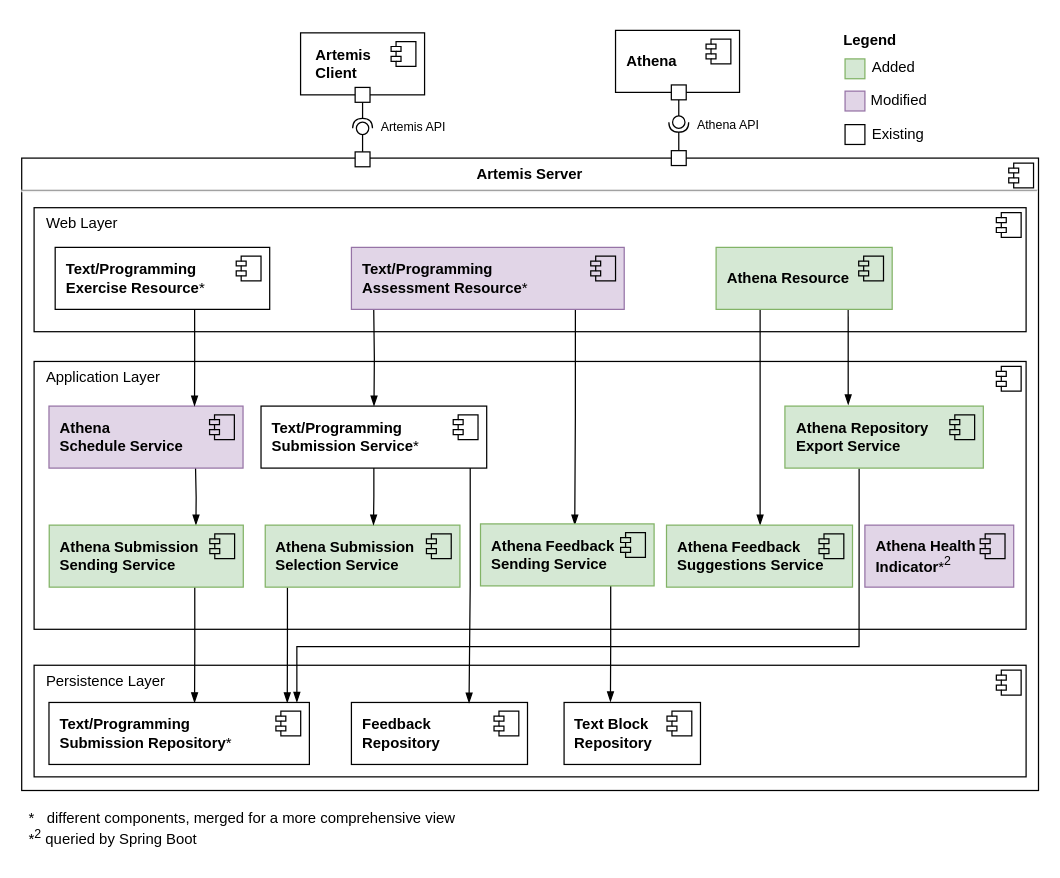
pal03377/master-thesis keeps this draw.io diagram as page "artemis-server" (5 of 11) of figures/src/subsystem-decomposition.drawio. Above is the earlier version. Source tidied: cells renumbered, new cells numbered last; positions are measured from the earlier drawing's top-left corner, leaving out a move shared by most shapes. Both pictures are drawn from the tidied source at 124%, with x=0, y=0 at pixel (21, 21).
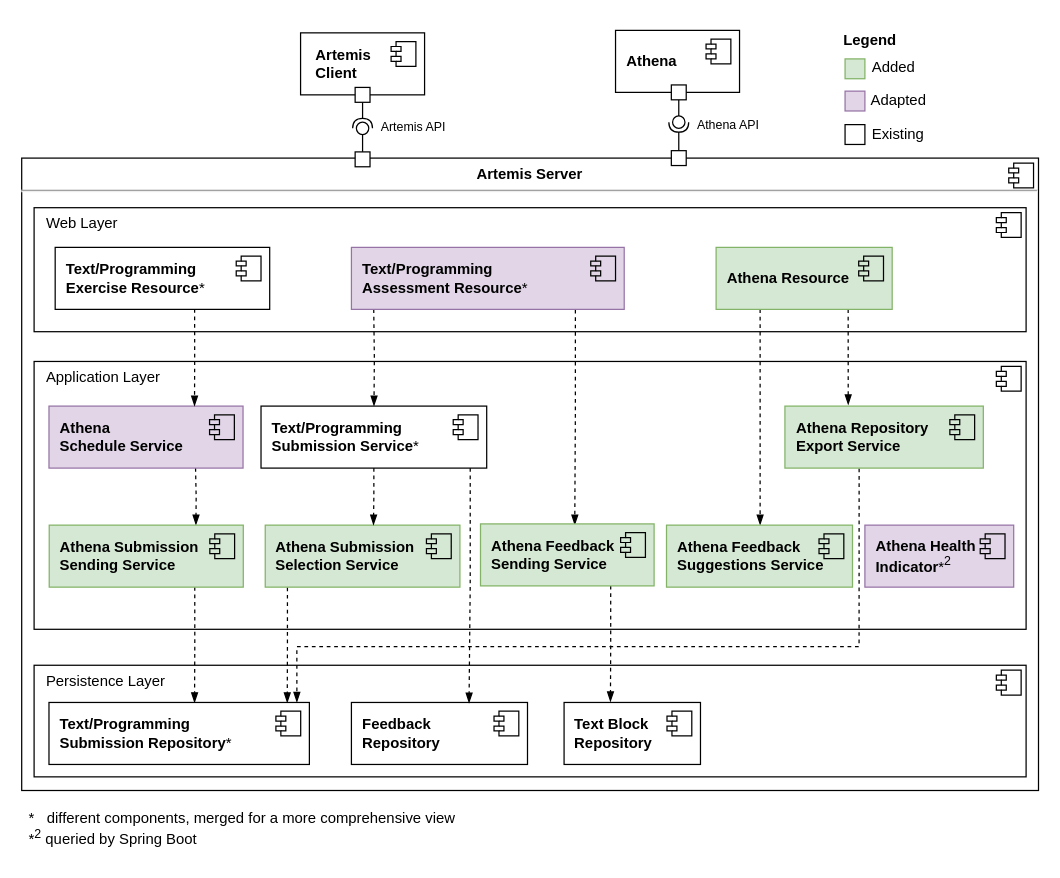
After the change.

Unchanged cells that the change refers to:
```xml
<mxCell id="7" value="&lt;b&gt;Athena&lt;br&gt;Schedule Service&lt;/b&gt;" style="html=1;whiteSpace=wrap;align=left;spacingLeft=7;fillColor=#e1d5e7;strokeColor=#9673a6;" parent="1" vertex="1">
  <mxGeometry x="22" y="310" width="156.5" height="50" as="geometry" />
</mxCell>
<mxCell id="23" value="&lt;b&gt;Athena Resource&lt;/b&gt;" style="html=1;whiteSpace=wrap;align=left;spacingLeft=7;fillColor=#d5e8d4;strokeColor=#82b366;" parent="1" vertex="1">
  <mxGeometry x="560" y="182" width="142" height="50" as="geometry" />
</mxCell>
<mxCell id="27" value="&lt;b&gt;Text/Programming&lt;br&gt;Assessment Resource&lt;/b&gt;*" style="html=1;whiteSpace=wrap;align=left;spacingLeft=7;fillColor=#e1d5e7;strokeColor=#9673a6;" parent="1" vertex="1">
  <mxGeometry x="265.9" y="182" width="220" height="50" as="geometry" />
</mxCell>
<mxCell id="30" value="&lt;b&gt;Athena Submission Sending Service&lt;/b&gt;" style="html=1;whiteSpace=wrap;align=left;spacingLeft=7;fillColor=#d5e8d4;strokeColor=#82b366;" parent="1" vertex="1">
  <mxGeometry x="22.2" y="406" width="156.5" height="50" as="geometry" />
</mxCell>
<mxCell id="33" value="&lt;b&gt;Athena Submission Selection Service&lt;/b&gt;" style="html=1;whiteSpace=wrap;align=left;spacingLeft=7;fillColor=#d5e8d4;strokeColor=#82b366;" parent="1" vertex="1">
  <mxGeometry x="196.4" y="406" width="157" height="50" as="geometry" />
</mxCell>
<mxCell id="36" value="&lt;b&gt;Athena Feedback &lt;br&gt;Sending Service&lt;/b&gt;" style="html=1;whiteSpace=wrap;align=left;spacingLeft=7;fillColor=#d5e8d4;strokeColor=#82b366;" parent="1" vertex="1">
  <mxGeometry x="370" y="405" width="140" height="50" as="geometry" />
</mxCell>
<mxCell id="50" value="&lt;b&gt;Text/Programming&lt;br&gt;Submission Repository&lt;/b&gt;*" style="html=1;whiteSpace=wrap;align=left;spacingLeft=7;" parent="1" vertex="1">
  <mxGeometry x="22" y="549" width="210" height="50" as="geometry" />
</mxCell>
<mxCell id="52" value="&lt;b&gt;Feedback&lt;br&gt;Repository&lt;/b&gt;" style="html=1;whiteSpace=wrap;align=left;spacingLeft=7;" parent="1" vertex="1">
  <mxGeometry x="265.9" y="549" width="142" height="50" as="geometry" />
</mxCell>
<mxCell id="54" value="&lt;b&gt;Text Block&lt;br&gt;Repository&lt;/b&gt;" style="html=1;whiteSpace=wrap;align=left;spacingLeft=7;" parent="1" vertex="1">
  <mxGeometry x="437.4" y="549" width="110" height="50" as="geometry" />
</mxCell>
<mxCell id="59" value="&lt;b&gt;Text/Programming Submission Service&lt;/b&gt;*&lt;b&gt;&lt;br&gt;&lt;/b&gt;" style="html=1;whiteSpace=wrap;align=left;spacingLeft=7;" parent="1" vertex="1">
  <mxGeometry x="193" y="310" width="182" height="50" as="geometry" />
</mxCell>
<mxCell id="62" value="&lt;b&gt;Text/Programming&lt;br&gt;Exercise Resource&lt;/b&gt;*" style="html=1;whiteSpace=wrap;align=left;spacingLeft=7;" parent="1" vertex="1">
  <mxGeometry x="27" y="182" width="173" height="50" as="geometry" />
</mxCell>
<mxCell id="64" style="group;" parent="1" vertex="1">
  <mxGeometry x="661" width="83" height="106" as="geometry" />
</mxCell>
<mxCell id="73" value="&lt;b&gt;Athena Repository&lt;br&gt;Export Service&lt;br&gt;&lt;/b&gt;" style="html=1;whiteSpace=wrap;align=left;spacingLeft=7;fillColor=#d5e8d4;strokeColor=#82b366;" parent="1" vertex="1">
  <mxGeometry x="615.5" y="310" width="160" height="50" as="geometry" />
</mxCell>
```

What changed in the source:
```diff
@@
-    <mxCell id="6" style="edgeStyle=orthogonalEdgeStyle;rounded=0;orthogonalLoop=1;jettySize=auto;html=1;exitX=0.5;exitY=1;exitDx=0;exitDy=0;entryX=0.5;entryY=0;entryDx=0;entryDy=0;endArrow=blockThin;endFill=1;" parent="1" edge="1">
+    <mxCell id="6" style="edgeStyle=orthogonalEdgeStyle;rounded=0;orthogonalLoop=1;jettySize=auto;html=1;exitX=0.5;exitY=1;exitDx=0;exitDy=0;entryX=0.5;entryY=0;entryDx=0;entryDy=0;endArrow=blockThin;endFill=1;dashed=1;" parent="1" edge="1">
       <mxGeometry relative="1" as="geometry">
         <mxPoint x="140.2" y="360" as="sourcePoint" />
         <mxPoint x="140.5" y="406" as="targetPoint" />
       </mxGeometry>
     </mxCell>
@@
-    <mxCell id="21" style="edgeStyle=orthogonalEdgeStyle;rounded=0;jettySize=auto;html=1;exitX=0.75;exitY=1;exitDx=0;exitDy=0;entryX=0.319;entryY=-0.017;entryDx=0;entryDy=0;entryPerimeter=0;endArrow=blockThin;endFill=1;" parent="1" edge="1" source="23" target="73">
+    <mxCell id="21" style="edgeStyle=orthogonalEdgeStyle;rounded=0;jettySize=auto;html=1;exitX=0.75;exitY=1;exitDx=0;exitDy=0;entryX=0.319;entryY=-0.017;entryDx=0;entryDy=0;entryPerimeter=0;endArrow=blockThin;endFill=1;dashed=1;" parent="1" edge="1" source="23" target="73">
       <mxGeometry relative="1" as="geometry" />
     </mxCell>
-    <mxCell id="22" style="edgeStyle=orthogonalEdgeStyle;rounded=0;jettySize=auto;html=1;exitX=0.25;exitY=1;exitDx=0;exitDy=0;entryX=0.25;entryY=0;entryDx=0;entryDy=0;endArrow=blockThin;endFill=1;" parent="1" edge="1" source="23">
+    <mxCell id="22" style="edgeStyle=orthogonalEdgeStyle;rounded=0;jettySize=auto;html=1;exitX=0.25;exitY=1;exitDx=0;exitDy=0;entryX=0.25;entryY=0;entryDx=0;entryDy=0;endArrow=blockThin;endFill=1;dashed=1;" parent="1" edge="1" source="23">
       <mxGeometry relative="1" as="geometry">
         <mxPoint x="595.5" y="406" as="targetPoint" />
       </mxGeometry>
     </mxCell>
@@
-    <mxCell id="25" style="edgeStyle=orthogonalEdgeStyle;rounded=0;jettySize=auto;html=1;exitX=0.821;exitY=1.006;exitDx=0;exitDy=0;entryX=0.543;entryY=0.02;entryDx=0;entryDy=0;entryPerimeter=0;exitPerimeter=0;endArrow=blockThin;endFill=1;" parent="1" edge="1" source="27" target="36">
+    <mxCell id="25" style="edgeStyle=orthogonalEdgeStyle;rounded=0;jettySize=auto;html=1;exitX=0.821;exitY=1.006;exitDx=0;exitDy=0;entryX=0.543;entryY=0.02;entryDx=0;entryDy=0;entryPerimeter=0;exitPerimeter=0;endArrow=blockThin;endFill=1;dashed=1;" parent="1" edge="1" source="27" target="36">
       <mxGeometry relative="1" as="geometry" />
     </mxCell>
-    <mxCell id="26" style="edgeStyle=orthogonalEdgeStyle;rounded=0;orthogonalLoop=1;jettySize=auto;html=1;exitX=0.25;exitY=1;exitDx=0;exitDy=0;entryX=0.704;entryY=-0.001;entryDx=0;entryDy=0;entryPerimeter=0;endArrow=blockThin;endFill=1;" parent="1" edge="1">
+    <mxCell id="26" style="edgeStyle=orthogonalEdgeStyle;rounded=0;orthogonalLoop=1;jettySize=auto;html=1;exitX=0.25;exitY=1;exitDx=0;exitDy=0;entryX=0.704;entryY=-0.001;entryDx=0;entryDy=0;entryPerimeter=0;endArrow=blockThin;endFill=1;dashed=1;" parent="1" edge="1">
       <mxGeometry relative="1" as="geometry">
         <mxPoint x="283.9" y="232" as="sourcePoint" />
         <mxPoint x="284.1" y="310" as="targetPoint" />
       </mxGeometry>
     </mxCell>
@@
-    <mxCell id="29" style="edgeStyle=orthogonalEdgeStyle;rounded=0;jettySize=auto;html=1;exitX=0.75;exitY=1;exitDx=0;exitDy=0;entryX=0.559;entryY=0.006;entryDx=0;entryDy=0;entryPerimeter=0;endArrow=blockThin;endFill=1;" parent="1" edge="1" source="30" target="50">
+    <mxCell id="29" style="edgeStyle=orthogonalEdgeStyle;rounded=0;jettySize=auto;html=1;exitX=0.75;exitY=1;exitDx=0;exitDy=0;entryX=0.559;entryY=0.006;entryDx=0;entryDy=0;entryPerimeter=0;endArrow=blockThin;endFill=1;dashed=1;" parent="1" edge="1" source="30" target="50">
       <mxGeometry relative="1" as="geometry" />
     </mxCell>
@@
-    <mxCell id="32" style="edgeStyle=orthogonalEdgeStyle;rounded=0;jettySize=auto;html=1;exitX=0.114;exitY=1.005;exitDx=0;exitDy=0;entryX=0.915;entryY=0.008;entryDx=0;entryDy=0;entryPerimeter=0;endArrow=blockThin;endFill=1;exitPerimeter=0;" parent="1" edge="1" source="33" target="50">
+    <mxCell id="32" style="edgeStyle=orthogonalEdgeStyle;rounded=0;jettySize=auto;html=1;exitX=0.114;exitY=1.005;exitDx=0;exitDy=0;entryX=0.915;entryY=0.008;entryDx=0;entryDy=0;entryPerimeter=0;endArrow=blockThin;endFill=1;exitPerimeter=0;dashed=1;" parent="1" edge="1" source="33" target="50">
       <mxGeometry relative="1" as="geometry" />
     </mxCell>
@@
-    <mxCell id="35" style="edgeStyle=orthogonalEdgeStyle;rounded=0;jettySize=auto;html=1;exitX=0.75;exitY=1;exitDx=0;exitDy=0;entryX=0.34;entryY=-0.007;entryDx=0;entryDy=0;entryPerimeter=0;endArrow=blockThin;endFill=1;" parent="1" edge="1" source="36" target="54">
+    <mxCell id="35" style="edgeStyle=orthogonalEdgeStyle;rounded=0;jettySize=auto;html=1;exitX=0.75;exitY=1;exitDx=0;exitDy=0;entryX=0.34;entryY=-0.007;entryDx=0;entryDy=0;entryPerimeter=0;endArrow=blockThin;endFill=1;dashed=1;" parent="1" edge="1" source="36" target="54">
       <mxGeometry relative="1" as="geometry" />
     </mxCell>
@@
-    <mxCell id="57" style="edgeStyle=orthogonalEdgeStyle;rounded=0;jettySize=auto;html=1;exitX=0.5;exitY=1;exitDx=0;exitDy=0;entryX=0.556;entryY=0;entryDx=0;entryDy=0;entryPerimeter=0;endArrow=blockThin;endFill=1;" parent="1" edge="1" source="59" target="33">
+    <mxCell id="57" style="edgeStyle=orthogonalEdgeStyle;rounded=0;jettySize=auto;html=1;exitX=0.5;exitY=1;exitDx=0;exitDy=0;entryX=0.556;entryY=0;entryDx=0;entryDy=0;entryPerimeter=0;endArrow=blockThin;endFill=1;dashed=1;" parent="1" edge="1" source="59" target="33">
       <mxGeometry relative="1" as="geometry" />
     </mxCell>
-    <mxCell id="58" style="edgeStyle=orthogonalEdgeStyle;rounded=0;jettySize=auto;html=1;exitX=0.927;exitY=0.999;exitDx=0;exitDy=0;exitPerimeter=0;endArrow=blockThin;endFill=1;entryX=0.668;entryY=0.011;entryDx=0;entryDy=0;entryPerimeter=0;" parent="1" edge="1" source="59" target="52">
+    <mxCell id="58" style="edgeStyle=orthogonalEdgeStyle;rounded=0;jettySize=auto;html=1;exitX=0.927;exitY=0.999;exitDx=0;exitDy=0;exitPerimeter=0;endArrow=blockThin;endFill=1;entryX=0.668;entryY=0.011;entryDx=0;entryDy=0;entryPerimeter=0;dashed=1;" parent="1" edge="1" source="59" target="52">
       <mxGeometry relative="1" as="geometry" />
     </mxCell>
@@
-    <mxCell id="61" style="edgeStyle=orthogonalEdgeStyle;rounded=0;jettySize=auto;html=1;exitX=0.65;exitY=0.996;exitDx=0;exitDy=0;entryX=0.75;entryY=0;entryDx=0;entryDy=0;endArrow=blockThin;endFill=1;exitPerimeter=0;" parent="1" edge="1" source="62" target="7">
+    <mxCell id="61" style="edgeStyle=orthogonalEdgeStyle;rounded=0;jettySize=auto;html=1;exitX=0.65;exitY=0.996;exitDx=0;exitDy=0;entryX=0.75;entryY=0;entryDx=0;entryDy=0;endArrow=blockThin;endFill=1;exitPerimeter=0;dashed=1;" parent="1" edge="1" source="62" target="7">
       <mxGeometry relative="1" as="geometry" />
     </mxCell>
@@
-    <mxCell id="70" value="Modified" style="text;html=1;strokeColor=none;fillColor=none;align=left;verticalAlign=middle;whiteSpace=wrap;rounded=0;fontStyle=0;" parent="64" vertex="1">
+    <mxCell id="70" value="Adapted" style="text;html=1;strokeColor=none;fillColor=none;align=left;verticalAlign=middle;whiteSpace=wrap;rounded=0;fontStyle=0;" parent="64" vertex="1">
       <mxGeometry x="21.5" y="49" width="60" height="30" as="geometry" />
     </mxCell>
@@
-    <mxCell id="72" style="edgeStyle=orthogonalEdgeStyle;rounded=0;jettySize=auto;html=1;exitX=0.374;exitY=1.006;exitDx=0;exitDy=0;endArrow=blockThin;endFill=1;entryX=0.952;entryY=0.001;entryDx=0;entryDy=0;entryPerimeter=0;exitPerimeter=0;" parent="1" edge="1" source="73" target="50">
+    <mxCell id="72" style="edgeStyle=orthogonalEdgeStyle;rounded=0;jettySize=auto;html=1;exitX=0.374;exitY=1.006;exitDx=0;exitDy=0;endArrow=blockThin;endFill=1;entryX=0.952;entryY=0.001;entryDx=0;entryDy=0;entryPerimeter=0;exitPerimeter=0;dashed=1;" parent="1" edge="1" source="73" target="50">
       <mxGeometry relative="1" as="geometry">
         <Array as="points">
           <mxPoint x="675" y="504" />
           <mxPoint x="222" y="504" />
         </Array>
       </mxGeometry>
     </mxCell>
```
